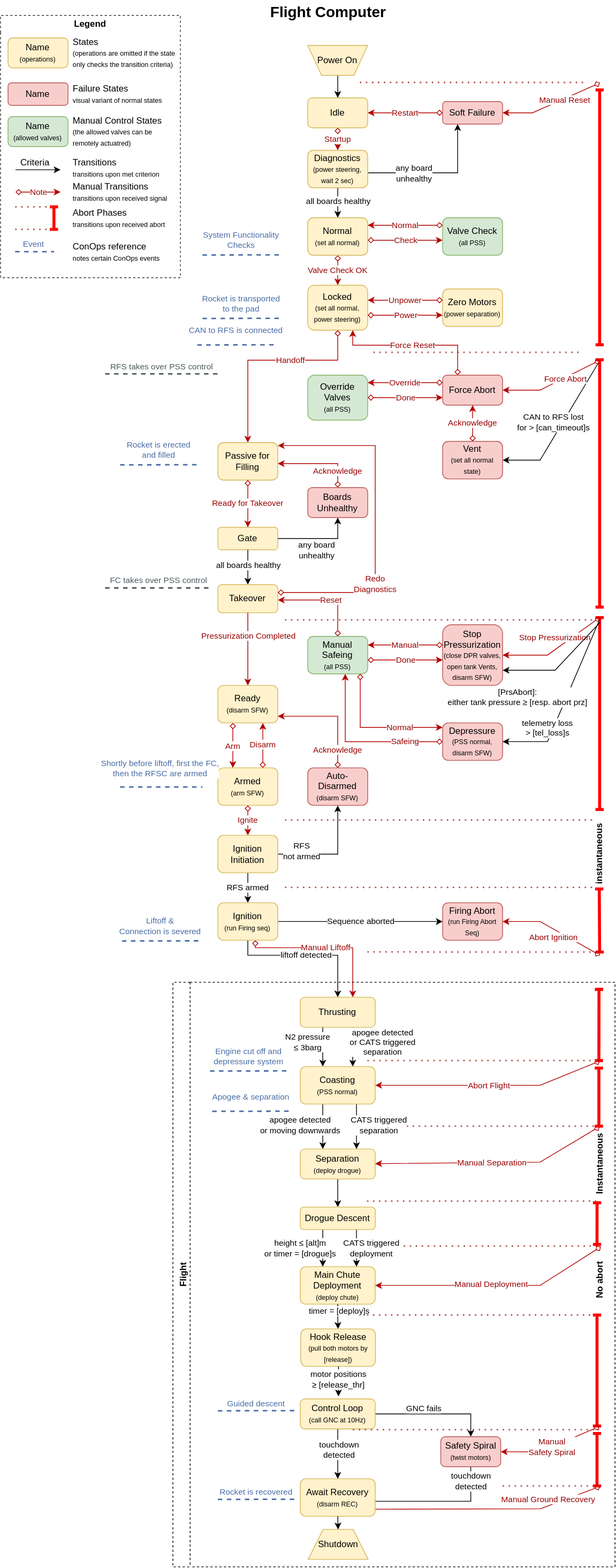
The draw.io diagram state-machines/fc-flight-state-machine.drawio.svg in aris-space/asteria-remote-computers, before a commit. Source tidied: cells renumbered, new cells last; positions are measured from the earlier drawing's top-left corner, leaving out a move shared by most shapes.
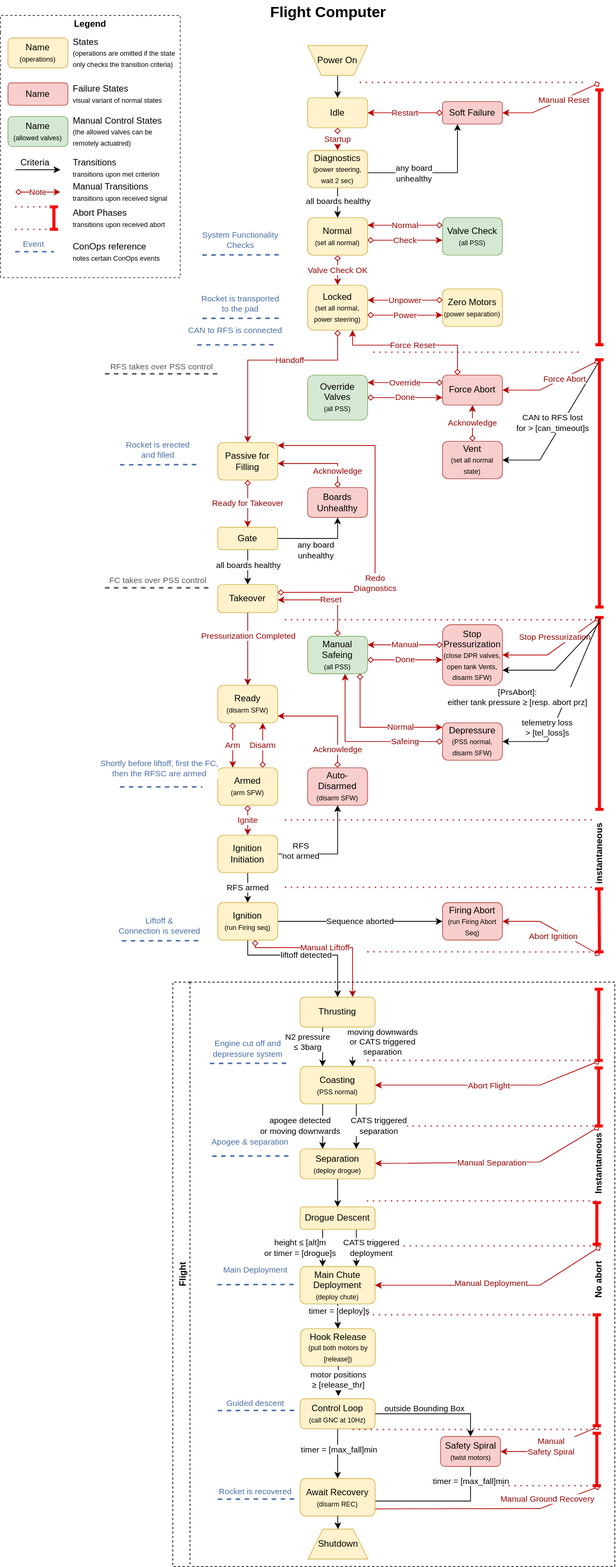
The same file after the commit.

Commit message:
clarify SM transitions

What changed in the source:
```diff
@@ -157,13 +157,13 @@
     <mxCell id="34" style="edgeStyle=orthogonalEdgeStyle;rounded=0;jettySize=auto;html=1;exitX=0.5;exitY=1;exitDx=0;exitDy=0;entryX=0.5;entryY=0;entryDx=0;entryDy=0;" parent="33" edge="1" source="38" target="67">
       <mxGeometry relative="1" as="geometry" />
     </mxCell>
-    <mxCell id="35" value="&lt;div&gt;touchdown&lt;/div&gt;&lt;div&gt;detected&lt;br&gt;&lt;/div&gt;" style="edgeLabel;html=1;align=center;verticalAlign=middle;" parent="34" vertex="1">
+    <mxCell id="35" value="&lt;div&gt;timer = [max_fall]min&lt;/div&gt;" style="edgeLabel;html=1;align=center;verticalAlign=middle;" parent="34" vertex="1">
       <mxGeometry x="-0.18" y="1" relative="1" as="geometry" />
     </mxCell>
     <mxCell id="36" style="edgeStyle=orthogonalEdgeStyle;rounded=0;jettySize=auto;html=1;entryX=0.5;entryY=0;entryDx=0;entryDy=0;" parent="33" edge="1" source="38" target="41">
       <mxGeometry relative="1" as="geometry" />
     </mxCell>
-    <mxCell id="37" value="GNC fails" style="edgeLabel;html=1;align=center;verticalAlign=middle;" parent="36" vertex="1">
+    <mxCell id="37" value="outside Bounding Box" style="edgeLabel;html=1;align=center;verticalAlign=middle;" parent="36" vertex="1">
       <mxGeometry x="-0.17" relative="1" as="geometry">
         <mxPoint y="-8" as="offset" />
       </mxGeometry>
@@ -180,7 +180,7 @@
         </Array>
       </mxGeometry>
     </mxCell>
-    <mxCell id="40" value="&lt;div&gt;touchdown&lt;/div&gt;&lt;div&gt;detected&lt;br&gt;&lt;/div&gt;" style="edgeLabel;html=1;align=center;verticalAlign=middle;" parent="39" vertex="1">
+    <mxCell id="40" value="&lt;div&gt;timer = [max_fall]min&lt;br&gt;&lt;/div&gt;" style="edgeLabel;html=1;align=center;verticalAlign=middle;" parent="39" vertex="1">
       <mxGeometry x="-0.55" y="-1" relative="1" as="geometry">
         <mxPoint x="1" y="-22" as="offset" />
       </mxGeometry>
@@ -353,7 +353,7 @@
         </Array>
       </mxGeometry>
     </mxCell>
-    <mxCell id="69" value="apogee detected&lt;div&gt;or CATS triggered&lt;/div&gt;&lt;div&gt;separation&lt;/div&gt;" style="edgeStyle=orthogonalEdgeStyle;rounded=0;jettySize=auto;html=1;" parent="33" edge="1" source="70" target="73">
+    <mxCell id="69" value="moving downwards&lt;div&gt;or CATS triggered&lt;/div&gt;&lt;div&gt;separation&lt;/div&gt;" style="edgeStyle=orthogonalEdgeStyle;rounded=0;jettySize=auto;html=1;" parent="33" edge="1" source="70" target="73">
       <mxGeometry x="-0.24" y="40" relative="1" as="geometry">
         <Array as="points">
           <mxPoint x="240" y="80" />
@@ -394,8 +394,8 @@
     </mxCell>
     <mxCell id="76" value="&lt;font color=&quot;#496da7&quot;&gt;Apogee &amp;amp; separation&lt;/font&gt;" style="endArrow=none;dashed=1;html=1;strokeWidth=2;rounded=0;fillColor=#b1ddf0;strokeColor=#496DA7;endFill=0;startFill=0;align=center;verticalAlign=middle;fontFamily=Helvetica;fontSize=11;fontColor=#496DA7;labelBackgroundColor=default;" parent="33" edge="1">
       <mxGeometry x="-0.06" y="20" relative="1" as="geometry">
-        <mxPoint x="53" y="172.7" as="sourcePoint" />
-        <mxPoint x="160" y="172.5" as="targetPoint" />
+        <mxPoint x="53" y="232.7" as="sourcePoint" />
+        <mxPoint x="160" y="232.5" as="targetPoint" />
       </mxGeometry>
     </mxCell>
     <mxCell id="77" value="motor positions&lt;div&gt;≥ [release_thr]&lt;/div&gt;" style="edgeStyle=orthogonalEdgeStyle;rounded=0;orthogonalLoop=1;jettySize=auto;html=1;entryX=0.5;entryY=0;entryDx=0;entryDy=0;" parent="33" edge="1">
@@ -429,8 +429,8 @@
     </mxCell>
     <mxCell id="81" value="&lt;font color=&quot;#496da7&quot;&gt;Engine cut off and&lt;/font&gt;&lt;div&gt;&lt;font color=&quot;#496da7&quot;&gt;depressure system&lt;/font&gt;&lt;/div&gt;" style="endArrow=none;dashed=1;html=1;strokeWidth=2;rounded=0;fillColor=#b1ddf0;strokeColor=#496DA7;endFill=0;startFill=0;align=center;verticalAlign=middle;fontFamily=Helvetica;fontSize=11;fontColor=#496DA7;labelBackgroundColor=default;" parent="33" edge="1">
       <mxGeometry x="-0.06" y="20" relative="1" as="geometry">
-        <mxPoint x="50" y="119" as="sourcePoint" />
-        <mxPoint x="157" y="118.8" as="targetPoint" />
+        <mxPoint x="50" y="109" as="sourcePoint" />
+        <mxPoint x="157" y="108.8" as="targetPoint" />
       </mxGeometry>
     </mxCell>
     <mxCell id="82" value="Shutdown" style="shape=trapezoid;perimeter=trapezoidPerimeter;whiteSpace=wrap;html=1;fixedSize=1;fillColor=#fff2cc;strokeColor=#d6b656;" parent="33" vertex="1">
@@ -439,6 +439,12 @@
     <mxCell id="83" style="edgeStyle=orthogonalEdgeStyle;rounded=0;jettySize=auto;html=1;entryX=0.5;entryY=0;entryDx=0;entryDy=0;exitX=0.5;exitY=1;exitDx=0;exitDy=0;" parent="33" edge="1" source="67" target="82">
       <mxGeometry relative="1" as="geometry" />
     </mxCell>
+    <mxCell id="163" value="&lt;font color=&quot;#496da7&quot;&gt;Main Deployment&lt;/font&gt;" style="endArrow=none;dashed=1;html=1;strokeWidth=2;rounded=0;fillColor=#b1ddf0;strokeColor=#496DA7;endFill=0;startFill=0;align=center;verticalAlign=middle;fontFamily=Helvetica;fontSize=11;fontColor=#496DA7;labelBackgroundColor=default;" parent="33" edge="1">
+      <mxGeometry x="-0.06" y="20" relative="1" as="geometry">
+        <mxPoint x="60" y="404.2" as="sourcePoint" />
+        <mxPoint x="167" y="404" as="targetPoint" />
+      </mxGeometry>
+    </mxCell>
     <mxCell id="84" value="Valve Check OK" style="edgeStyle=orthogonalEdgeStyle;rounded=0;jettySize=auto;html=1;shadow=0;strokeColor=#B20000;strokeWidth=1;align=center;verticalAlign=middle;fontFamily=Helvetica;fontSize=11;fontColor=#990000;labelBackgroundColor=default;jumpStyle=none;jumpSize=5;startArrow=diamond;startFill=0;endArrow=classic;flowAnimation=0;fillColor=#e51400;" parent="1" edge="1" source="157" target="12">
       <mxGeometry relative="1" as="geometry" />
     </mxCell>
```
